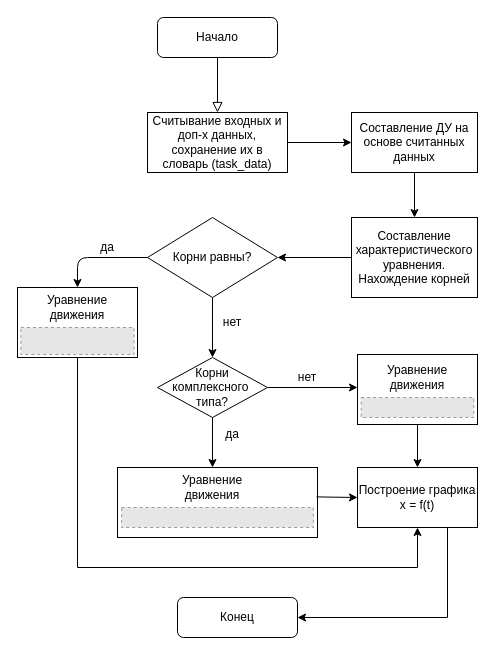
This is programm/Untitled Diagram.drawio from Battle-Of-Two-K/Simulation-engineering-problems, a draw.io file, before an edit. Source tidied: cells renumbered, new cells numbered last; positions are measured from the earlier drawing's top-left corner, leaving out a move shared by most shapes. Both pictures are drawn from the tidied source at 100%, with x=0, y=0 at pixel (17, 17). Pictures stored in the file or linked from it are replaced by grey dashed boxes.
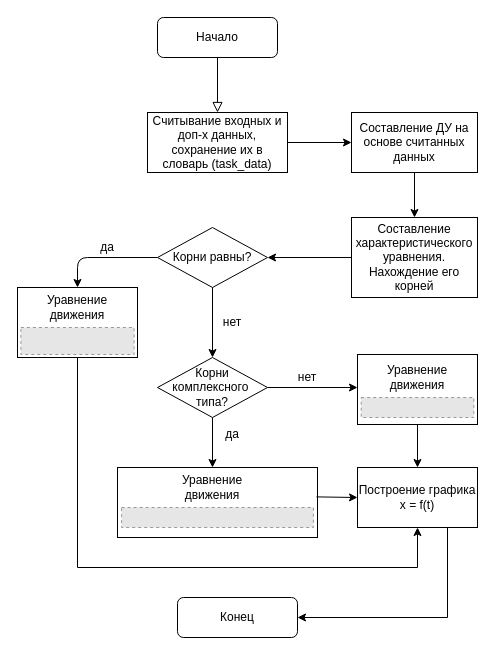
The same diagram, later.

What changed in the source:
```diff
@@
-    <mxCell id="8" value="Составление характеристического уравнения. Нахождение корней" style="rounded=0;whiteSpace=wrap;html=1;" parent="1" vertex="1">
+    <mxCell id="8" value="Составление характеристического уравнения. Нахождение его корней" style="rounded=0;whiteSpace=wrap;html=1;" parent="1" vertex="1">
       <mxGeometry x="334" y="200" width="126" height="80" as="geometry" />
     </mxCell>
@@
     <mxCell id="10" value="Корни равны?" style="rhombus;whiteSpace=wrap;html=1;" parent="1" vertex="1">
-      <mxGeometry x="130" y="200" width="130" height="80" as="geometry" />
+      <mxGeometry x="140" y="210" width="110" height="60" as="geometry" />
     </mxCell>
```
